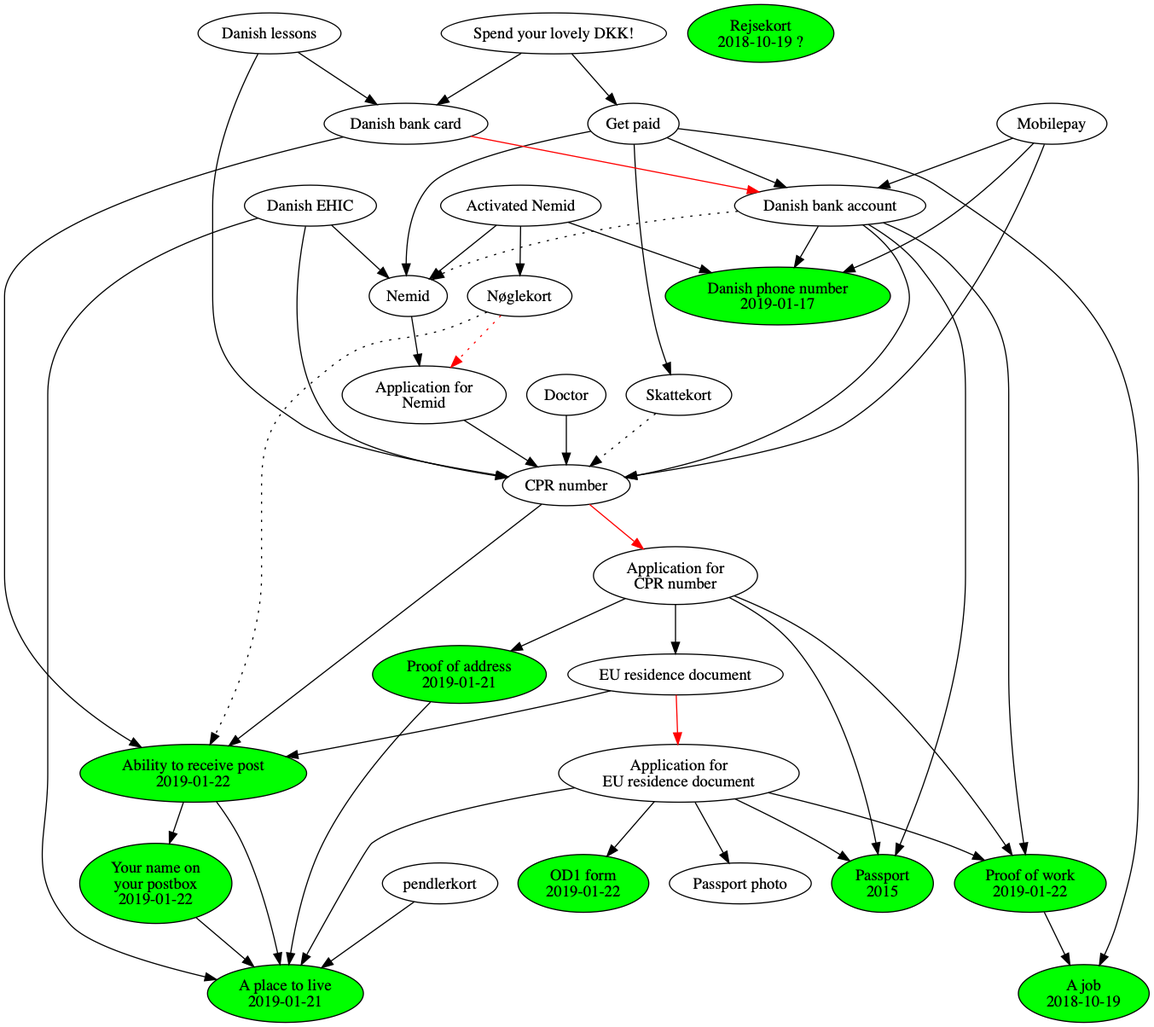
Above: flytter-til-danmark.png in NoahBohme/emigrerer-til-danmark (Graphviz), before the change. Its source is kept beside it as flytter-til-danmark.dot.
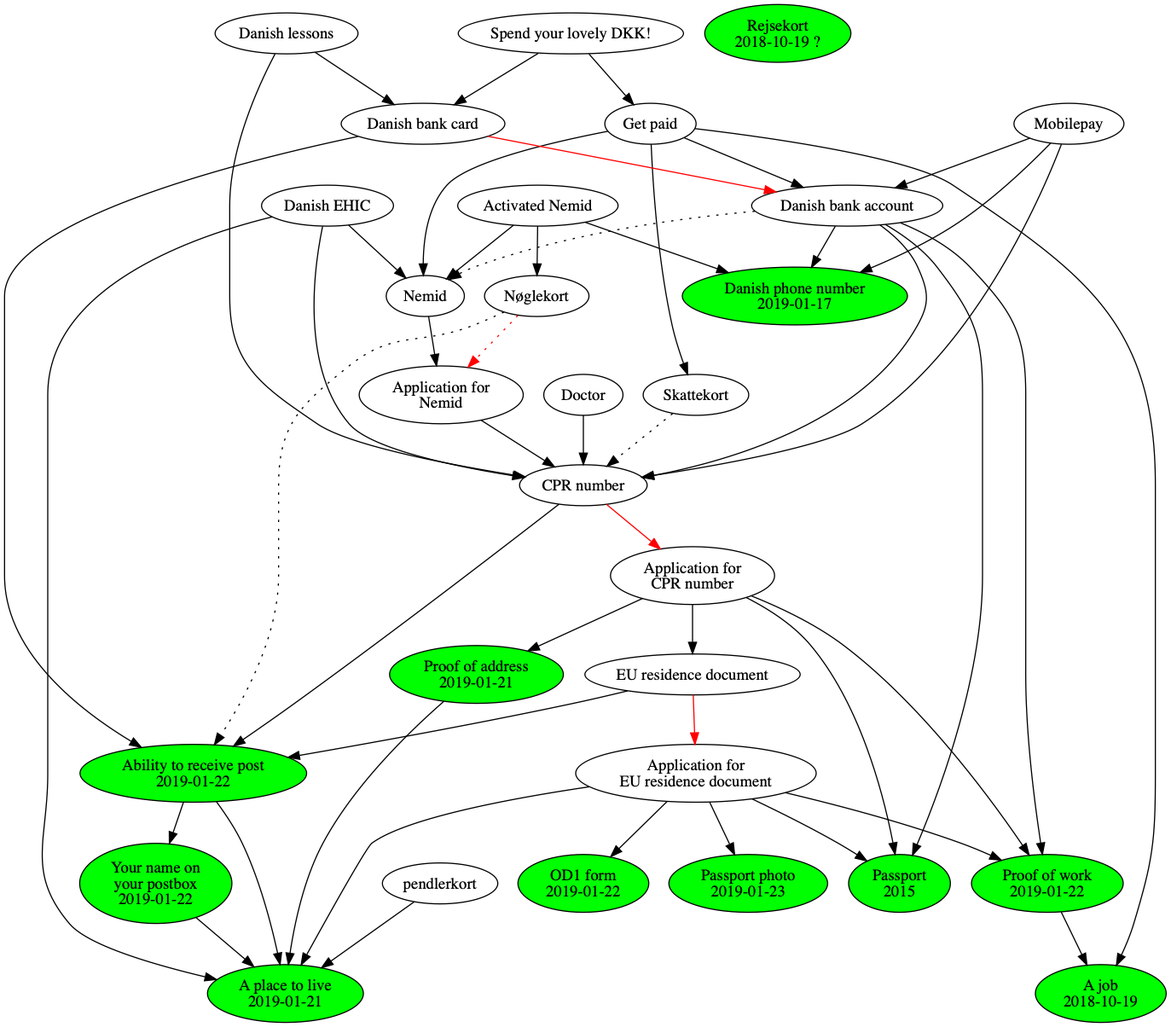
Later version of the same file.

Change to the diagram source:
```diff
@@ -26,7 +26,7 @@
   eu_residence_document_application -> passport
   eu_residence_document_application -> od1_form
   od1_form [ label="OD1 form\n2019-01-22" style=filled fillcolor=green ]
-  passport_photo [ label="Passport photo" ]
+  passport_photo [ label="Passport photo\n2019-01-23" style=filled fillcolor=green ]
   eu_residence_document_application -> passport_photo
 
   eu_residence_document [ label="EU residence document" ]
```
